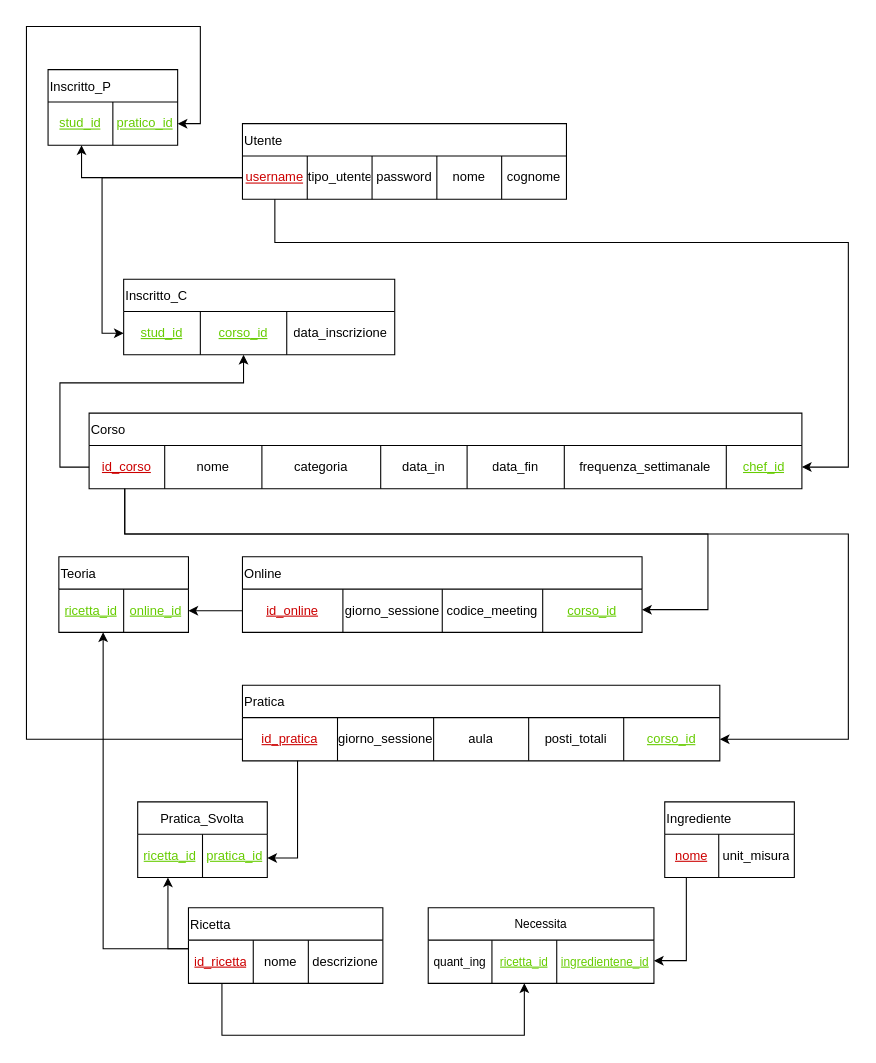
This is page "Schema logico" (4 of 4) of bdd/uml/UML1.drawio from MetisWastaken/UninaFoodLab, a draw.io file, before an edit. Source tidied: cells renumbered, new cells numbered last; positions are measured from the earlier drawing's top-left corner, leaving out a move shared by most shapes. Both pictures are drawn from the tidied source at 108%, with x=0, y=0 at pixel (26, 26).
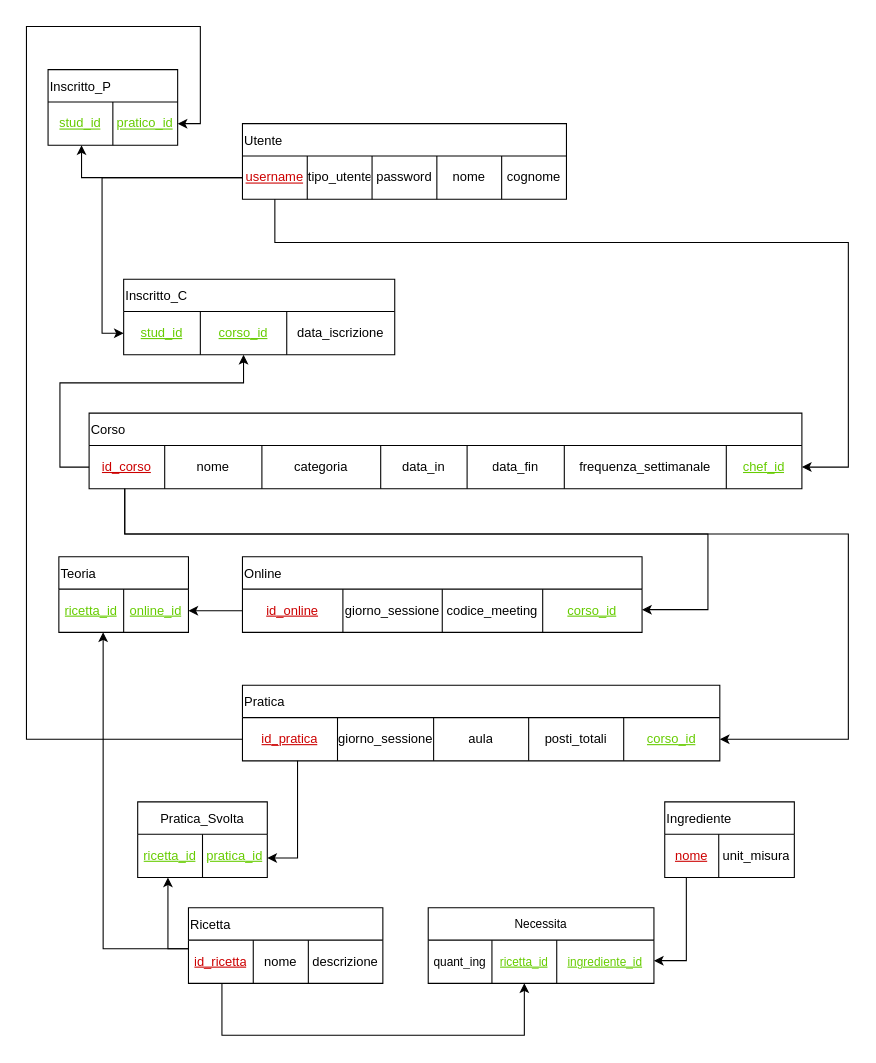
Above is the later version.

The change refers to these unchanged cells:
```xml
<mxCell id="19" style="shape=tableRow;horizontal=0;startSize=0;swimlaneHead=0;swimlaneBody=0;strokeColor=inherit;top=0;left=0;bottom=0;right=0;fillColor=none;points=[[0,0.5],[1,0.5]];portConstraint=eastwest;" parent="18" vertex="1">
  <mxGeometry y="30" width="251" height="40" as="geometry" />
</mxCell>
<mxCell id="64" style="shape=tableRow;horizontal=0;startSize=0;swimlaneHead=0;swimlaneBody=0;strokeColor=inherit;top=0;left=0;bottom=0;right=0;fillColor=none;points=[[0,0.5],[1,0.5]];portConstraint=eastwest;fontFamily=Helvetica;fontSize=11;fontColor=default;labelBackgroundColor=default;" parent="63" vertex="1">
  <mxGeometry y="30" width="209" height="40" as="geometry" />
</mxCell>
```

Diff of the diagram source:
```diff
@@
-    <mxCell id="22" value="data_inscrizione" style="shape=partialRectangle;html=1;whiteSpace=wrap;strokeColor=inherit;overflow=hidden;fillColor=none;top=0;left=0;bottom=0;right=0;" parent="19" vertex="1">
+    <mxCell id="22" value="data_iscrizione" style="shape=partialRectangle;html=1;whiteSpace=wrap;strokeColor=inherit;overflow=hidden;fillColor=none;top=0;left=0;bottom=0;right=0;" parent="19" vertex="1">
       <mxGeometry x="151" width="100" height="40" as="geometry" />
     </mxCell>
@@
-    <mxCell id="67" value="&lt;font color=&quot;#66cc00&quot;&gt;&lt;u&gt;ingredientene_id&lt;/u&gt;&lt;/font&gt;" style="shape=partialRectangle;html=1;whiteSpace=wrap;strokeColor=inherit;overflow=hidden;fillColor=none;top=0;left=0;bottom=0;right=0;fontFamily=Helvetica;fontSize=11;fontColor=default;labelBackgroundColor=default;" parent="64" vertex="1">
+    <mxCell id="67" value="&lt;font color=&quot;#66cc00&quot;&gt;&lt;u&gt;ingrediente_id&lt;/u&gt;&lt;/font&gt;" style="shape=partialRectangle;html=1;whiteSpace=wrap;strokeColor=inherit;overflow=hidden;fillColor=none;top=0;left=0;bottom=0;right=0;fontFamily=Helvetica;fontSize=11;fontColor=default;labelBackgroundColor=default;" parent="64" vertex="1">
       <mxGeometry x="119" width="90" height="40" as="geometry" />
     </mxCell>
```
